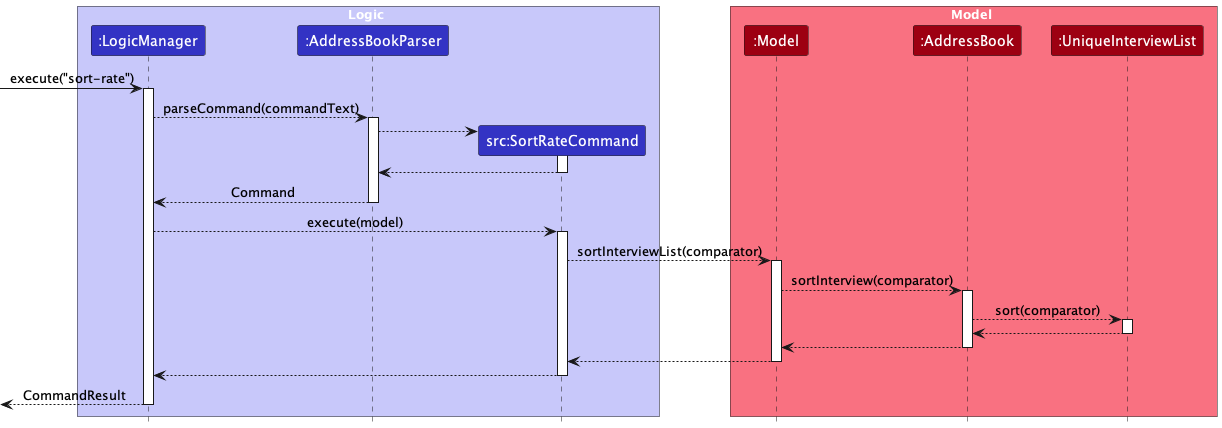
Earlier version of the PlantUML export docs/images/SortISequenceDiagram.png (nus-cs2103-AY2324S1/tp).
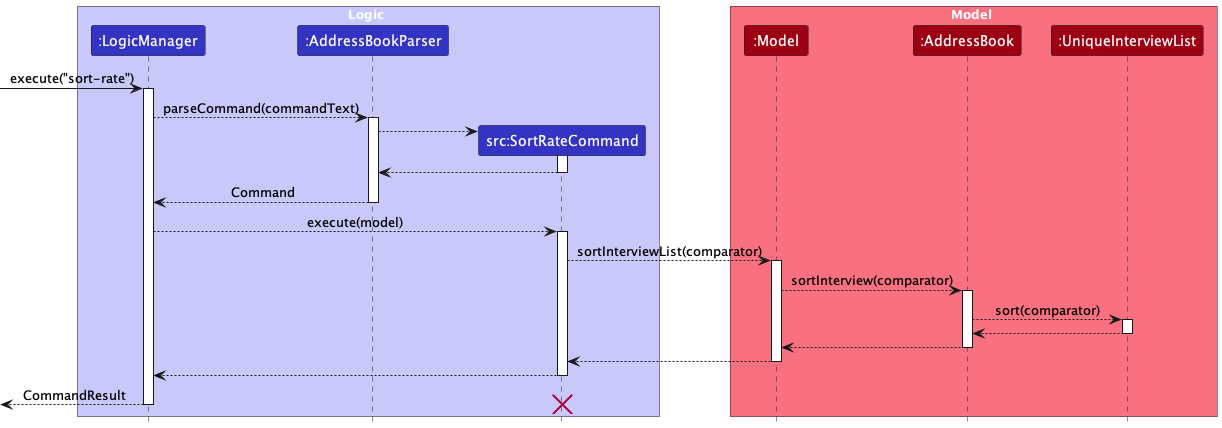
The same diagram one commit later.

The edit, as a diff of the source:
```diff
@@ -55,5 +55,6 @@
 deactivate SortRateCommand
 
 [<--LogicManager : CommandResult
+destroy SortRateCommand
 deactivate LogicManager
 @enduml
```
